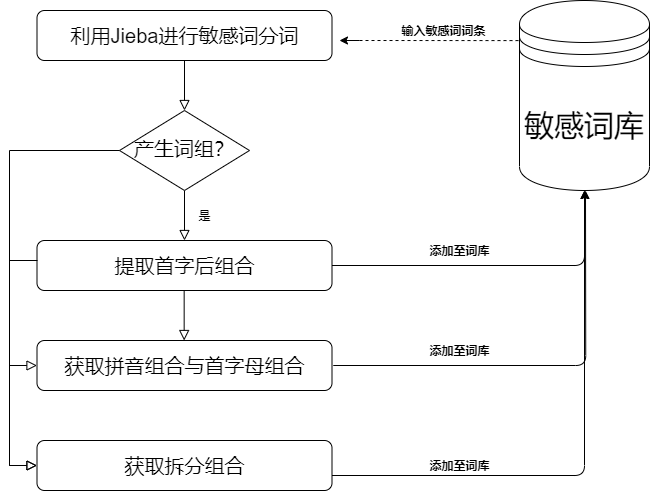
Before: dictionary.png, a diagram exported from draw.io (AddsionPaPa/NLP). Source tidied: cells renumbered, new cells last; positions are measured from the earlier drawing's top-left corner, leaving out a move shared by most shapes.
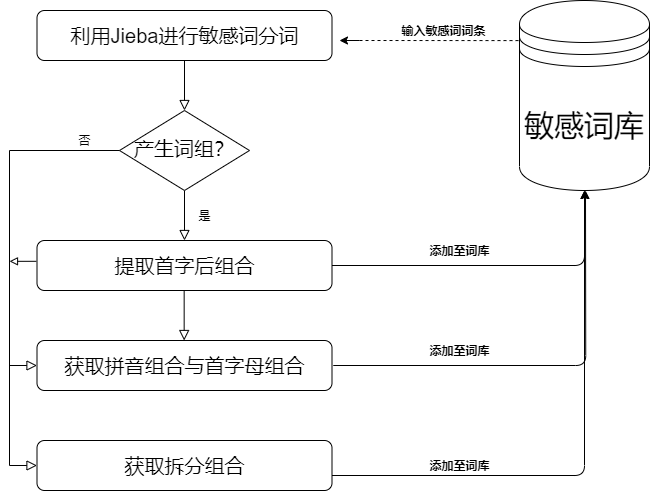
Above is the later version.

Change to the diagram source:
```diff
@@ -83,16 +83,6 @@
     <mxCell id="18" value="&lt;span style=&quot;font-size: 20px&quot;&gt;获取拆分组合&lt;/span&gt;" style="rounded=1;whiteSpace=wrap;html=1;fontSize=12;glass=0;strokeWidth=1;shadow=0;" parent="1" vertex="1">
       <mxGeometry x="27.5" y="440" width="295" height="50" as="geometry" />
     </mxCell>
-    <mxCell id="19" style="rounded=0;html=1;jettySize=auto;fontSize=11;endArrow=block;endFill=0;endSize=8;strokeWidth=1;shadow=0;labelBackgroundColor=none;edgeStyle=orthogonalEdgeStyle;entryX=0;entryY=0.5;entryDx=0;entryDy=0;" parent="1" edge="1" target="18">
-      <mxGeometry relative="1" as="geometry">
-        <mxPoint x="28" y="260" as="sourcePoint" />
-        <Array as="points">
-          <mxPoint x="28" y="260" />
-          <mxPoint y="260" />
-          <mxPoint y="465" />
-        </Array>
-      </mxGeometry>
-    </mxCell>
     <mxCell id="20" style="endArrow=classic;html=1;exitX=1;exitY=0.5;exitDx=0;exitDy=0;" parent="1" edge="1">
       <mxGeometry relative="1" as="geometry">
         <mxPoint x="322.5" y="475" as="sourcePoint" />
@@ -108,5 +98,13 @@
     <mxCell id="22" value="&lt;b&gt;输入敏感词词条&lt;/b&gt;" style="text;html=1;align=center;verticalAlign=middle;strokeColor=none;" parent="1" vertex="1">
       <mxGeometry x="384" y="20" width="100" height="20" as="geometry" />
     </mxCell>
+    <mxCell id="23" style="edgeStyle=segmentEdgeStyle;endArrow=block;html=1;rounded=0;exitX=-0.002;exitY=0.416;exitDx=0;exitDy=0;exitPerimeter=0;endFill=0;" parent="1" edge="1" source="7">
+      <mxGeometry relative="1" as="geometry">
+        <mxPoint y="260" as="targetPoint" />
+      </mxGeometry>
+    </mxCell>
+    <mxCell id="24" value="否" style="text;html=1;align=center;verticalAlign=middle;strokeColor=none;" parent="1" vertex="1">
+      <mxGeometry x="60" y="130" width="30" height="20" as="geometry" />
+    </mxCell>
   </root>
 </mxGraphModel>
```
